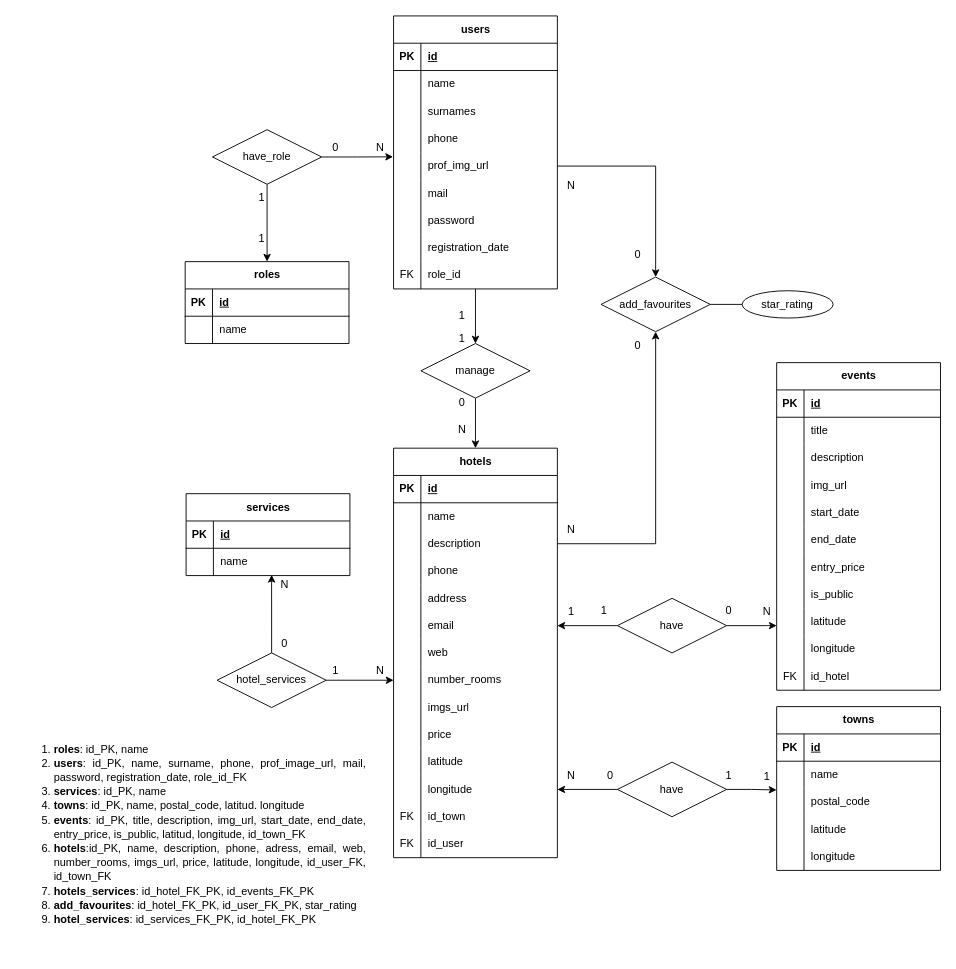
This is database-resources/ER_RM_HoHoHotel.drawio from SerotDev/sru-abi-rlm-project-backend, a draw.io file, before an edit. Source tidied: cells renumbered, new cells numbered last; positions are measured from the earlier drawing's top-left corner, leaving out a move shared by most shapes. Both pictures are drawn from the tidied source at 91%, with x=0, y=0 at pixel (15, 15).
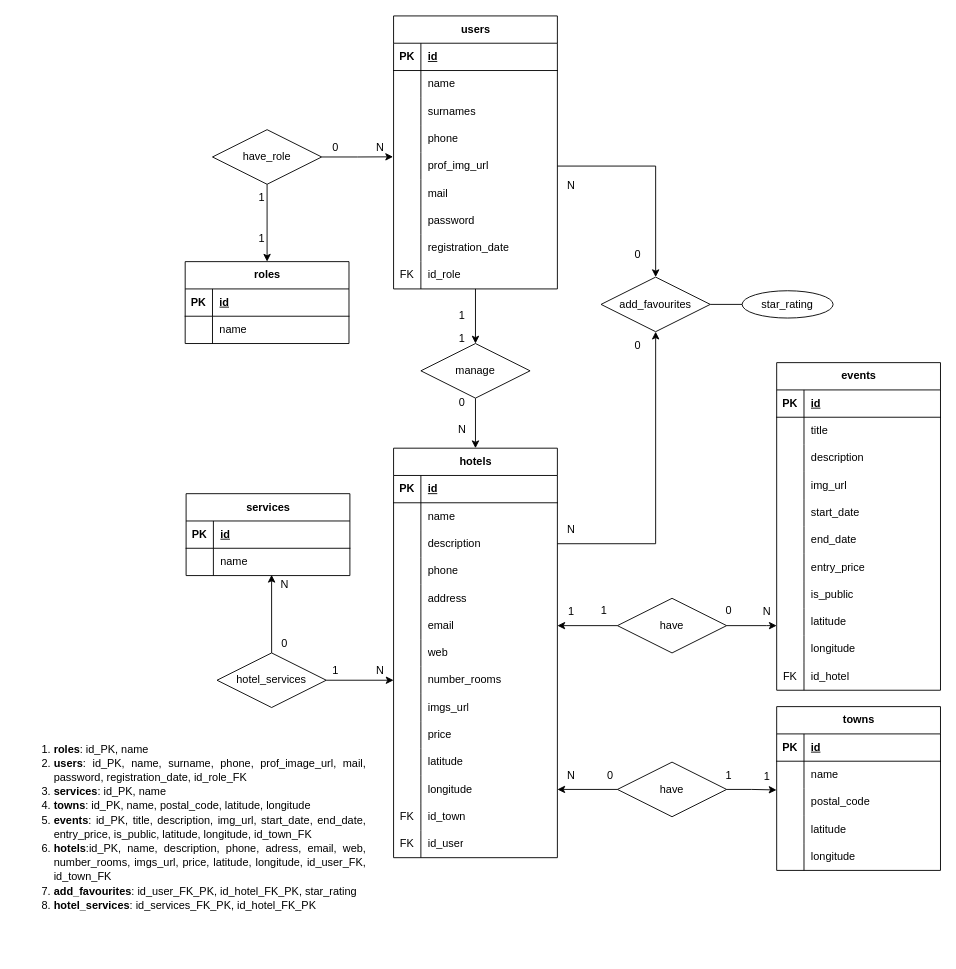
The same diagram, later.

Unchanged cells that the change refers to:
```xml
<mxCell id="27" style="shape=tableRow;horizontal=0;startSize=0;swimlaneHead=0;swimlaneBody=0;fillColor=none;top=0;left=0;right=0;bottom=0;" parent="2" vertex="1">
  <mxGeometry y="270" width="180" height="30" as="geometry" />
</mxCell>
```

What changed in the source:
```diff
@@
-    <mxCell id="29" value="role_id" style="shape=partialRectangle;fillColor=none;top=0;left=0;bottom=0;right=0;align=left;spacingLeft=6;overflow=hidden;whiteSpace=wrap;html=1;" parent="27" vertex="1">
+    <mxCell id="29" value="id_role" style="shape=partialRectangle;fillColor=none;top=0;left=0;bottom=0;right=0;align=left;spacingLeft=6;overflow=hidden;whiteSpace=wrap;html=1;" parent="27" vertex="1">
       <mxGeometry x="30" width="150" height="30" as="geometry" />
     </mxCell>
@@
-    <mxCell id="179" value="&lt;ol&gt;&lt;li style=&quot;line-height: 130%;&quot; align=&quot;justify&quot;&gt;&lt;font style=&quot;background-color: rgb(255, 255, 255);&quot;&gt;&lt;b&gt;roles&lt;/b&gt;: id_PK, name&lt;/font&gt;&lt;/li&gt;&lt;li style=&quot;line-height: 130%;&quot; align=&quot;justify&quot;&gt;&lt;font style=&quot;background-color: rgb(255, 255, 255);&quot;&gt;&lt;b&gt;users&lt;/b&gt;: id_PK, name, surname, phone, prof_image_url, mail, password, registration_date, role_id_FK&lt;/font&gt;&lt;/li&gt;&lt;li style=&quot;line-height: 130%;&quot; align=&quot;justify&quot;&gt;&lt;font style=&quot;background-color: rgb(255, 255, 255);&quot;&gt;&lt;b&gt;services&lt;/b&gt;: id_PK, name&lt;/font&gt;&lt;/li&gt;&lt;li style=&quot;line-height: 130%;&quot; align=&quot;justify&quot;&gt;&lt;font style=&quot;background-color: rgb(255, 255, 255);&quot;&gt;&lt;b&gt;towns&lt;/b&gt;: id_PK, name, postal_code, latitud. longitude&lt;/font&gt;&lt;/li&gt;&lt;li style=&quot;line-height: 130%;&quot; align=&quot;justify&quot;&gt;&lt;font style=&quot;background-color: rgb(255, 255, 255);&quot;&gt;&lt;b&gt;events&lt;/b&gt;: id_PK, title, description, img_url, start_date, end_date, entry_price, is_public, latitud, longitude, id_town_FK&lt;/font&gt;&lt;/li&gt;&lt;li style=&quot;line-height: 130%;&quot; align=&quot;justify&quot;&gt;&lt;font style=&quot;background-color: rgb(255, 255, 255);&quot;&gt;&lt;b&gt;hotels&lt;/b&gt;:id_PK, name, description, phone, adress, email, web, number_rooms, imgs_url, price, latitude, longitude, id_user_FK, id_town_FK&lt;/font&gt;&lt;/li&gt;&lt;li style=&quot;line-height: 130%;&quot; align=&quot;justify&quot;&gt;&lt;font style=&quot;background-color: rgb(255, 255, 255);&quot;&gt;&lt;b&gt;hotels_services&lt;/b&gt;: id_hotel_FK_PK, id_events_FK_PK&lt;/font&gt;&lt;/li&gt;&lt;li style=&quot;line-height: 130%;&quot; align=&quot;justify&quot;&gt;&lt;font style=&quot;background-color: rgb(255, 255, 255);&quot;&gt;&lt;b&gt;add_favourites&lt;/b&gt;: id_hotel_FK_PK, id_user_FK_PK, star_rating&lt;/font&gt;&lt;/li&gt;&lt;li style=&quot;line-height: 130%;&quot; align=&quot;justify&quot;&gt;&lt;font style=&quot;background-color: rgb(255, 255, 255);&quot;&gt;&lt;b&gt;hotel_services&lt;/b&gt;: id_services_FK_PK, id_hotel_FK_PK&lt;/font&gt;&lt;/li&gt;&lt;/ol&gt;&lt;div&gt;&lt;br&gt;&lt;/div&gt;" style="text;html=1;strokeColor=none;fillColor=none;align=left;verticalAlign=top;whiteSpace=wrap;rounded=0;" parent="1" vertex="1">
+    <mxCell id="179" value="&lt;ol&gt;&lt;li style=&quot;line-height: 130%;&quot; align=&quot;justify&quot;&gt;&lt;font style=&quot;background-color: rgb(255, 255, 255);&quot;&gt;&lt;b&gt;roles&lt;/b&gt;: id_PK, name&lt;/font&gt;&lt;/li&gt;&lt;li style=&quot;line-height: 130%;&quot; align=&quot;justify&quot;&gt;&lt;font style=&quot;background-color: rgb(255, 255, 255);&quot;&gt;&lt;b&gt;users&lt;/b&gt;: id_PK, name, surname, phone, prof_image_url, mail, password, registration_date, id_role_FK&lt;/font&gt;&lt;/li&gt;&lt;li style=&quot;line-height: 130%;&quot; align=&quot;justify&quot;&gt;&lt;font style=&quot;background-color: rgb(255, 255, 255);&quot;&gt;&lt;b&gt;services&lt;/b&gt;: id_PK, name&lt;/font&gt;&lt;/li&gt;&lt;li style=&quot;line-height: 130%;&quot; align=&quot;justify&quot;&gt;&lt;font style=&quot;background-color: rgb(255, 255, 255);&quot;&gt;&lt;b&gt;towns&lt;/b&gt;: id_PK, name, postal_code, latitude, longitude&lt;/font&gt;&lt;/li&gt;&lt;li style=&quot;line-height: 130%;&quot; align=&quot;justify&quot;&gt;&lt;font style=&quot;background-color: rgb(255, 255, 255);&quot;&gt;&lt;b&gt;events&lt;/b&gt;: id_PK, title, description, img_url, start_date, end_date, entry_price, is_public, latitude, longitude, id_town_FK&lt;/font&gt;&lt;/li&gt;&lt;li style=&quot;line-height: 130%;&quot; align=&quot;justify&quot;&gt;&lt;font style=&quot;background-color: rgb(255, 255, 255);&quot;&gt;&lt;b&gt;hotels&lt;/b&gt;:id_PK, name, description, phone, adress, email, web, number_rooms, imgs_url, price, latitude, longitude, id_user_FK, id_town_FK&lt;/font&gt;&lt;/li&gt;&lt;li style=&quot;line-height: 130%;&quot; align=&quot;justify&quot;&gt;&lt;font style=&quot;background-color: rgb(255, 255, 255);&quot;&gt;&lt;b&gt;add_favourites&lt;/b&gt;: id_user_FK_PK, id_hotel_FK_PK, star_rating&lt;/font&gt;&lt;/li&gt;&lt;li style=&quot;line-height: 130%;&quot; align=&quot;justify&quot;&gt;&lt;font style=&quot;background-color: rgb(255, 255, 255);&quot;&gt;&lt;b&gt;hotel_services&lt;/b&gt;: id_services_FK_PK, id_hotel_FK_PK&lt;/font&gt;&lt;/li&gt;&lt;/ol&gt;&lt;div&gt;&lt;br&gt;&lt;/div&gt;" style="text;html=1;strokeColor=none;fillColor=none;align=left;verticalAlign=top;whiteSpace=wrap;rounded=0;" parent="1" vertex="1">
       <mxGeometry y="780" width="385" height="250" as="geometry" />
     </mxCell>
```
